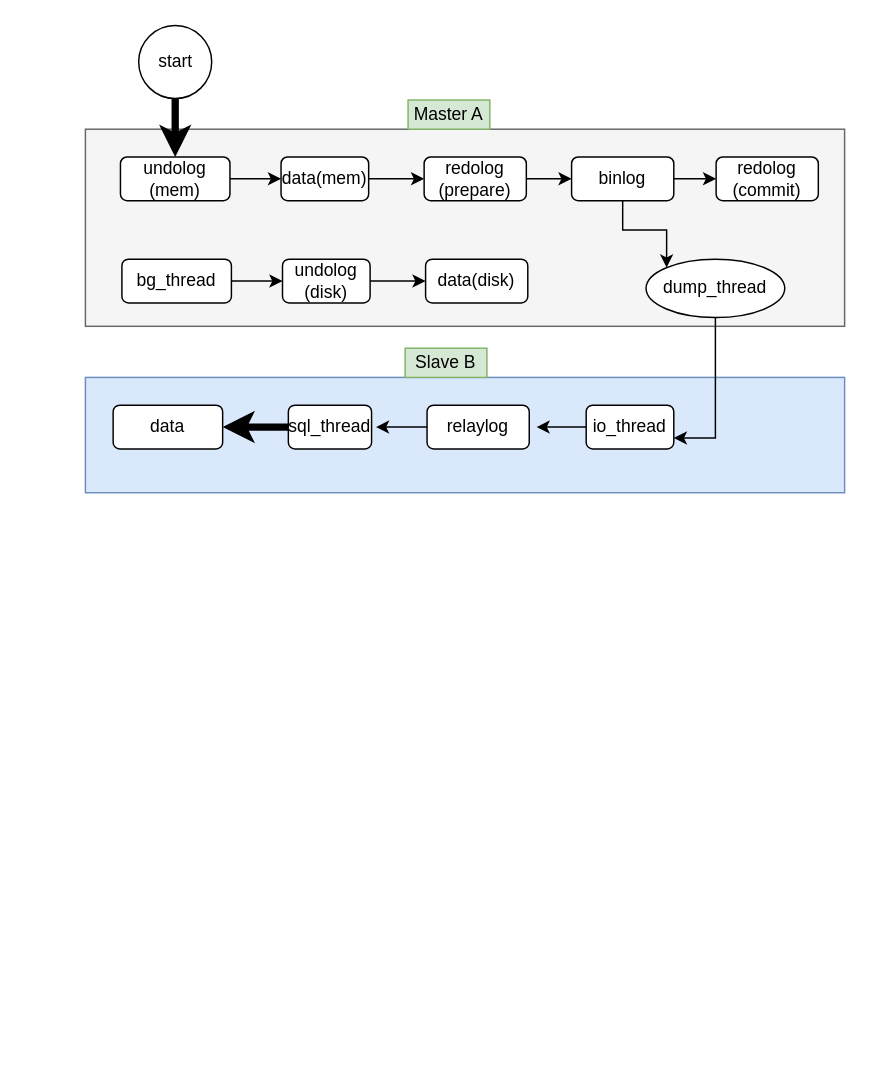
This is mysql.drawio from shirdey/Document, a draw.io file, before an edit. Source tidied: cells renumbered, new cells numbered last; positions are measured from the earlier drawing's top-left corner, leaving out a move shared by most shapes. Both pictures are drawn from the tidied source at 146%, with x=0, y=0 at pixel (85, 25).
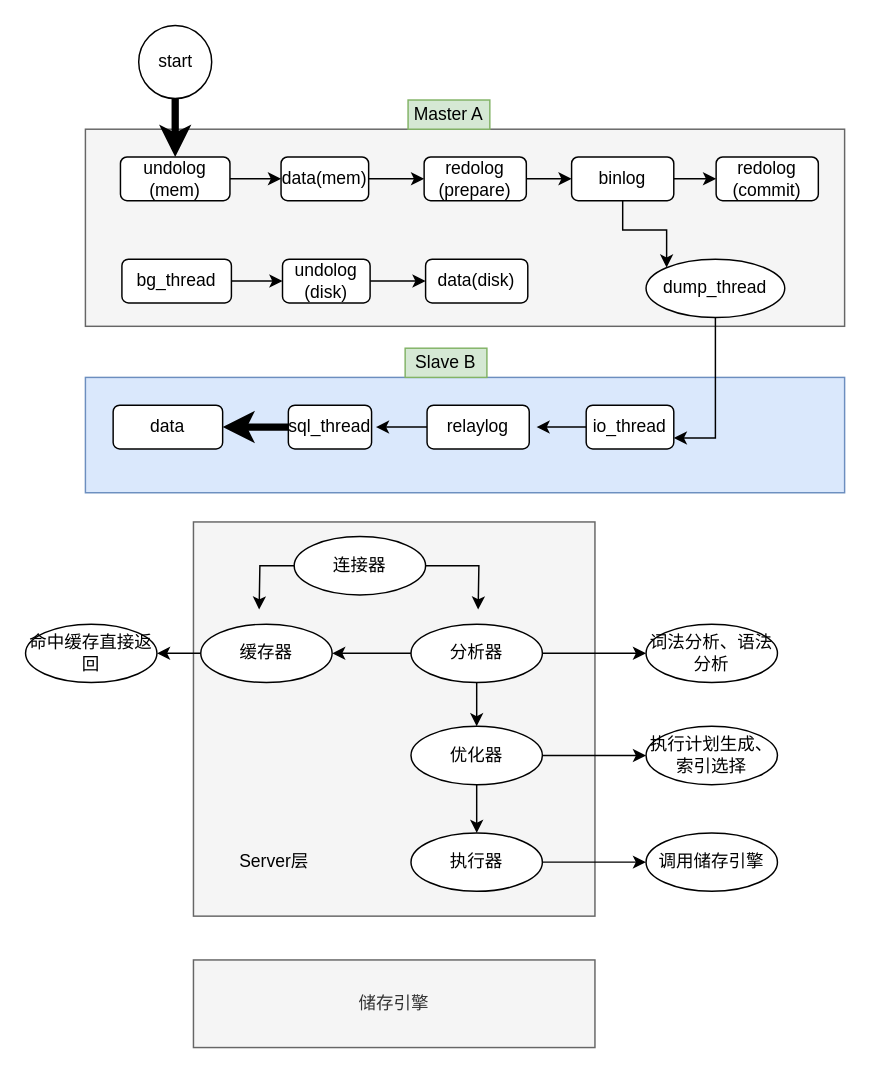
The same diagram, later.

What changed in the source:
```diff
@@
+    <mxCell id="32" style="rounded=0;whiteSpace=wrap;html=1;fillColor=#f5f5f5;strokeColor=#666666;fontColor=#333333;" parent="1" vertex="1">
+      <mxGeometry x="74" y="340" width="275" height="270" as="geometry" />
+    </mxCell>
@@
+    <mxCell id="33" style="edgeStyle=orthogonalEdgeStyle;rounded=0;jettySize=auto;html=1;" parent="1" edge="1" source="35">
+      <mxGeometry relative="1" as="geometry">
+        <mxPoint x="119" y="400" as="targetPoint" />
+      </mxGeometry>
+    </mxCell>
+    <mxCell id="34" style="edgeStyle=orthogonalEdgeStyle;rounded=0;jettySize=auto;html=1;" parent="1" edge="1" source="35">
+      <mxGeometry relative="1" as="geometry">
+        <mxPoint x="269" y="400" as="targetPoint" />
+      </mxGeometry>
+    </mxCell>
+    <mxCell id="35" value="连接器" style="ellipse;whiteSpace=wrap;html=1;" parent="1" vertex="1">
+      <mxGeometry x="143" y="350" width="90" height="40" as="geometry" />
+    </mxCell>
+    <mxCell id="36" style="edgeStyle=orthogonalEdgeStyle;rounded=0;jettySize=auto;html=1;entryX=1;entryY=0.5;entryDx=0;entryDy=0;" parent="1" edge="1" source="39" target="49">
+      <mxGeometry relative="1" as="geometry" />
+    </mxCell>
+    <mxCell id="37" style="edgeStyle=orthogonalEdgeStyle;rounded=0;jettySize=auto;html=1;" parent="1" edge="1" source="39" target="43">
+      <mxGeometry relative="1" as="geometry" />
+    </mxCell>
+    <mxCell id="38" style="edgeStyle=orthogonalEdgeStyle;rounded=0;jettySize=auto;html=1;" parent="1" edge="1" source="39" target="40">
+      <mxGeometry relative="1" as="geometry" />
+    </mxCell>
+    <mxCell id="39" value="分析器" style="ellipse;whiteSpace=wrap;html=1;" parent="1" vertex="1">
+      <mxGeometry x="223" y="410" width="90" height="40" as="geometry" />
+    </mxCell>
+    <mxCell id="40" value="词法分析、语法分析" style="ellipse;whiteSpace=wrap;html=1;" parent="1" vertex="1">
+      <mxGeometry x="384" y="410" width="90" height="40" as="geometry" />
+    </mxCell>
+    <mxCell id="41" style="edgeStyle=orthogonalEdgeStyle;rounded=0;jettySize=auto;html=1;" parent="1" edge="1" source="43" target="46">
+      <mxGeometry relative="1" as="geometry" />
+    </mxCell>
+    <mxCell id="42" style="edgeStyle=orthogonalEdgeStyle;rounded=0;jettySize=auto;html=1;" parent="1" edge="1" source="43" target="44">
+      <mxGeometry relative="1" as="geometry" />
+    </mxCell>
+    <mxCell id="43" value="优化器" style="ellipse;whiteSpace=wrap;html=1;" parent="1" vertex="1">
+      <mxGeometry x="223" y="480" width="90" height="40" as="geometry" />
+    </mxCell>
+    <mxCell id="44" value="执行计划生成、索引选择" style="ellipse;whiteSpace=wrap;html=1;" parent="1" vertex="1">
+      <mxGeometry x="384" y="480" width="90" height="40" as="geometry" />
+    </mxCell>
+    <mxCell id="45" style="edgeStyle=orthogonalEdgeStyle;rounded=0;jettySize=auto;html=1;" parent="1" edge="1" source="46" target="47">
+      <mxGeometry relative="1" as="geometry" />
+    </mxCell>
+    <mxCell id="46" value="执行器" style="ellipse;whiteSpace=wrap;html=1;" parent="1" vertex="1">
+      <mxGeometry x="223" y="553" width="90" height="40" as="geometry" />
+    </mxCell>
+    <mxCell id="47" value="调用储存引擎" style="ellipse;whiteSpace=wrap;html=1;" parent="1" vertex="1">
+      <mxGeometry x="384" y="553" width="90" height="40" as="geometry" />
+    </mxCell>
+    <mxCell id="48" style="edgeStyle=orthogonalEdgeStyle;rounded=0;jettySize=auto;html=1;" parent="1" edge="1" source="49" target="50">
+      <mxGeometry relative="1" as="geometry" />
+    </mxCell>
+    <mxCell id="49" value="缓存器" style="ellipse;whiteSpace=wrap;html=1;" parent="1" vertex="1">
+      <mxGeometry x="79" y="410" width="90" height="40" as="geometry" />
+    </mxCell>
+    <mxCell id="50" value="命中缓存直接返回" style="ellipse;whiteSpace=wrap;html=1;" parent="1" vertex="1">
+      <mxGeometry x="-41" y="410" width="90" height="40" as="geometry" />
+    </mxCell>
+    <mxCell id="51" value="储存引擎" style="rounded=0;whiteSpace=wrap;html=1;fillColor=#f5f5f5;strokeColor=#666666;fontColor=#333333;" parent="1" vertex="1">
+      <mxGeometry x="74" y="640" width="275" height="60" as="geometry" />
+    </mxCell>
+    <mxCell id="52" value="Server层" style="text;html=1;strokeColor=none;fillColor=none;align=center;verticalAlign=middle;whiteSpace=wrap;rounded=0;" parent="1" vertex="1">
+      <mxGeometry x="100" y="563" width="59" height="20" as="geometry" />
+    </mxCell>
```
